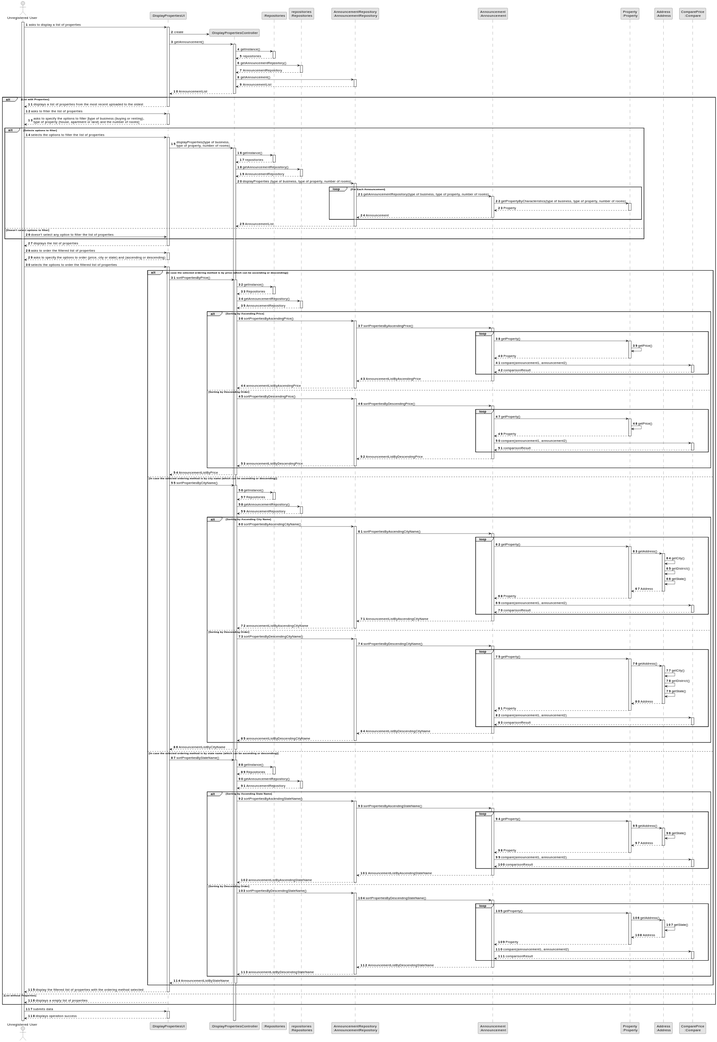
This is docs/sprintB/US01/03.design/svg/us01-sequence-diagram-full.svg from PureNimble/ISEP-LAPR2, a PlantUML export, as it was before one commit.
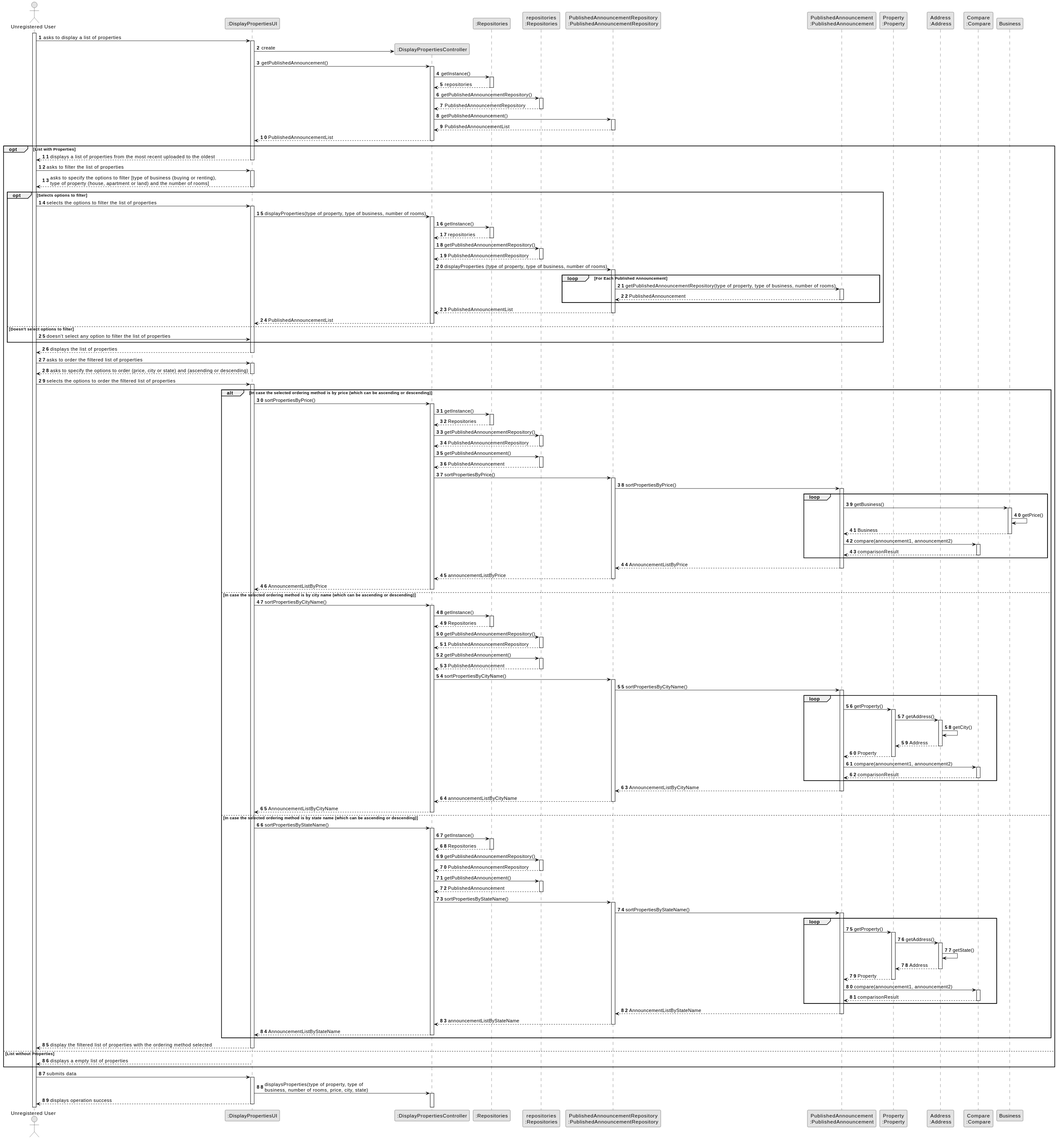
Above is the later version.

Diff of the diagram source:
```diff
@@ -10,11 +10,11 @@
 participant ":DisplayPropertiesController" as Controller
 participant ":Repositories" as RepositorySingleton
 participant "repositories\n:Repositories" as Repositories
-participant "AnnouncementRepository\n:AnnouncementRepository" as AnnouncementRepository
-participant "Announcement\n:Announcement" as Announcement
+participant "PublishedAnnouncementRepository\n:PublishedAnnouncementRepository" as PublishedAnnouncementRepository
+participant "PublishedAnnouncement\n:PublishedAnnouncement" as PublishedAnnouncement
 participant "Property\n:Property" as Property
 participant "Address\n:Address" as Address
-participant "ComparePrice\n:Compare" as Compare
+participant "Compare\n:Compare" as Compare
 
 activate User
 
@@ -23,7 +23,7 @@
 
 System -> Controller** : create
 
-System -> Controller : getAnnouncement()
+System -> Controller : getPublishedAnnouncement()
 activate Controller
 
 Controller -> RepositorySingleton : getInstance()
@@ -32,22 +32,22 @@
 RepositorySingleton --> Controller: repositories
 deactivate RepositorySingleton
 
-Controller -> Repositories : getAnnouncementRepository()
+Controller -> Repositories : getPublishedAnnouncementRepository()
 activate Repositories
 
-Repositories --> Controller: AnnouncementRepository
+Repositories --> Controller: PublishedAnnouncementRepository
 deactivate Repositories
 
-Controller -> AnnouncementRepository : getAnnouncement()
-activate AnnouncementRepository
+Controller -> PublishedAnnouncementRepository : getPublishedAnnouncement()
+activate PublishedAnnouncementRepository
 
-AnnouncementRepository --> Controller : AnnouncementList
-deactivate AnnouncementRepository
+PublishedAnnouncementRepository --> Controller : PublishedAnnouncementList
+deactivate PublishedAnnouncementRepository
 
-Controller --> System : AnnouncementList
+Controller --> System : PublishedAnnouncementList
 deactivate Controller
 
-alt List with Properties
+opt List with Properties
 
     System --> User : displays a list of properties from the most recent uploaded to the oldest
     deactivate System
@@ -58,12 +58,12 @@
     System --> User : asks to specify the options to filter [type of business (buying or renting), \ntype of property (house, apartment or land) and the number of rooms]
     deactivate System
 
-        alt Selects options to filter
+        opt Selects options to filter
 
             User -> System : selects the options to filter the list of properties
             activate System
 
-            System -> Controller : displayProperties(type of business, \ntype of property, number of rooms)
+            System -> Controller : displayProperties(type of property, type of business, number of rooms)
             activate Controller
 
             Controller -> RepositorySingleton : getInstance()
@@ -72,33 +72,32 @@
             RepositorySingleton --> Controller : repositories
             deactivate RepositorySingleton
 
-            Controller -> Repositories : getAnnouncementRepository()
+            Controller -> Repositories : getPublishedAnnouncementRepository()
             activate Repositories
 
-            Repositories --> Controller : AnnouncementRepository
+            Repositories --> Controller : PublishedAnnouncementRepository
             deactivate Repositories
 
-            Controller -> AnnouncementRepository : displayProperties (type of business, type of property, number of rooms)
-            activate AnnouncementRepository
+            Controller -> PublishedAnnouncementRepository : displayProperties (type of property, type of business, number of rooms)
+            activate PublishedAnnouncementRepository
 
-                loop For Each Announcement
+                loop For Each Published Announcement
 
-                AnnouncementRepository -> Announcement : getAnnouncementRepository(type of business, type of property, number of rooms)
-                activate Announcement
+                PublishedAnnouncementRepository -> PublishedAnnouncement : getPublishedAnnouncementRepository(type of property, type of business, number of rooms)
+                activate PublishedAnnouncement
 
-                Announcement -> Property : getPropertyByCharacteristics(type of business, type of property, number of rooms)
-                activate Property
 
-                Property --> Announcement : Property
-                deactivate Property
 
-                Announcement --> AnnouncementRepository : Announcement
-                deactivate Announcement
+                PublishedAnnouncement --> PublishedAnnouncementRepository : PublishedAnnouncement
+                deactivate PublishedAnnouncement
 
                 end
 
-            AnnouncementRepository --> Controller : AnnouncementList
-            deactivate AnnouncementRepository
+            PublishedAnnouncementRepository --> Controller : PublishedAnnouncementList
+            deactivate PublishedAnnouncementRepository
+
+            Controller --> System : PublishedAnnouncementList
+            deactivate Controller
 
         else Doesn't select options to filter
 
@@ -129,77 +128,56 @@
         RepositorySingleton --> Controller : Repositories
         deactivate RepositorySingleton
 
-        Controller -> Repositories : getAnnouncementRepository()
+        Controller -> Repositories : getPublishedAnnouncementRepository()
         activate Repositories
 
-        Repositories --> Controller : AnnouncementRepository
+        Repositories --> Controller : PublishedAnnouncementRepository
         deactivate Repositories
 
-            alt Sorting by Ascending Price
+        Controller -> Repositories : getPublishedAnnouncement()
+        activate Repositories
 
-                Controller -> AnnouncementRepository : sortPropertiesByAscendingPrice()
-                activate AnnouncementRepository
+        Repositories --> Controller : PublishedAnnouncement
+        deactivate Repositories
 
-                AnnouncementRepository -> Announcement : sortPropertiesByAscendingPrice()
-                activate Announcement
+
+                Controller -> PublishedAnnouncementRepository : sortPropertiesByPrice()
+                activate PublishedAnnouncementRepository
+
+                PublishedAnnouncementRepository -> PublishedAnnouncement : sortPropertiesByPrice()
+                activate PublishedAnnouncement
 
                     loop
 
-                    Announcement -> Property : getProperty()
-                    activate Property
 
-                    Property -> Property : getPrice()
 
-                    Property --> Announcement : Property
-                    deactivate Property
 
-                    Announcement -> Compare : compare(announcement1, announcement2)
+
+
+                    PublishedAnnouncement -> Business : getBusiness()
+                    activate Business
+
+                    Business -> Business : getPrice()
+
+                    Business --> PublishedAnnouncement : Business
+                    deactivate Business
+
+                    PublishedAnnouncement -> Compare : compare(announcement1, announcement2)
                     activate Compare
 
-                    Compare --> Announcement : comparisonResult
+                    Compare --> PublishedAnnouncement : comparisonResult
                     deactivate Compare
 
                     end
 
-                Announcement --> AnnouncementRepository : AnnouncementListByAscendingPrice
-                deactivate Announcement
+                PublishedAnnouncement --> PublishedAnnouncementRepository : AnnouncementListByPrice
+                deactivate PublishedAnnouncement
 
-                AnnouncementRepository --> Controller : announcementListByAscendingPrice
-                deactivate AnnouncementRepository
+                PublishedAnnouncementRepository --> Controller : announcementListByPrice
+                deactivate PublishedAnnouncementRepository
 
-            else Sorting by Descending Order
 
-                Controller -> AnnouncementRepository : sortPropertiesByDescendingPrice()
-                activate AnnouncementRepository
 
-                AnnouncementRepository -> Announcement : sortPropertiesByDescendingPrice()
-                activate Announcement
-
-                    loop
-
-                    Announcement -> Property : getProperty()
-                    activate Property
-
-                    Property -> Property : getPrice()
-
-                    Property --> Announcement : Property
-                    deactivate Property
-
-                    Announcement -> Compare : compare(announcement1, announcement2)
-                    activate Compare
-
-                    Compare --> Announcement : comparisonResult
-                    deactivate Compare
-
-                    end
-
-                Announcement --> AnnouncementRepository : AnnouncementListByDescendingPrice
-                deactivate Announcement
-
-                AnnouncementRepository --> Controller : announcementListByDescendingPrice
-                deactivate AnnouncementRepository
-
-            end
 
         Controller --> System : AnnouncementListByPrice
         deactivate Controller
@@ -215,93 +193,57 @@
         RepositorySingleton --> Controller : Repositories
         deactivate RepositorySingleton
 
-        Controller -> Repositories : getAnnouncementRepository()
+        Controller -> Repositories : getPublishedAnnouncementRepository()
         activate Repositories
 
-        Repositories --> Controller : AnnouncementRepository
+        Repositories --> Controller : PublishedAnnouncementRepository
         deactivate Repositories
 
-            alt Sorting by Ascending City Name
+        Controller -> Repositories : getPublishedAnnouncement()
+        activate Repositories
 
-                Controller -> AnnouncementRepository : sortPropertiesByAscendingCityName()
-                activate AnnouncementRepository
+        Repositories --> Controller : PublishedAnnouncement
+        deactivate Repositories
 
-                AnnouncementRepository -> Announcement : sortPropertiesByAscendingCityName()
-                activate Announcement
+
+                Controller -> PublishedAnnouncementRepository : sortPropertiesByCityName()
+                activate PublishedAnnouncementRepository
+
+                PublishedAnnouncementRepository -> PublishedAnnouncement : sortPropertiesByCityName()
+                activate PublishedAnnouncement
 
                     loop
 
-                    Announcement -> Property : getProperty()
+                    PublishedAnnouncement -> Property : getProperty()
                     activate Property
 
                     Property -> Address : getAddress()
                     activate Address
 
                     Address -> Address : getCity()
-                    Address -> Address : getDistrict()
-                    Address -> Address : getState()
 
                     Address --> Property : Address
                     deactivate Address
 
-                    Property --> Announcement : Property
+                    Property --> PublishedAnnouncement : Property
                     deactivate Property
 
-                    Announcement -> Compare : compare(announcement1, announcement2)
+                    PublishedAnnouncement -> Compare : compare(announcement1, announcement2)
                     activate Compare
 
-                    Compare --> Announcement : comparisonResult
+                    Compare --> PublishedAnnouncement : comparisonResult
                     deactivate Compare
 
                     end
 
-                Announcement --> AnnouncementRepository : AnnouncementListByAscendingCityName
-                deactivate Announcement
+                PublishedAnnouncement --> PublishedAnnouncementRepository : AnnouncementListByCityName
+                deactivate PublishedAnnouncement
 
-                AnnouncementRepository --> Controller : announcementListByAscendingCityName
-                deactivate AnnouncementRepository
+                PublishedAnnouncementRepository --> Controller : announcementListByCityName
+                deactivate PublishedAnnouncementRepository
 
-            else Sorting by Descending Order
 
-                Controller -> AnnouncementRepository : sortPropertiesByDescendingCityName()
-                activate AnnouncementRepository
 
-                AnnouncementRepository -> Announcement : sortPropertiesByDescendingCityName()
-                activate Announcement
-
-                    loop
-
-                    Announcement -> Property : getProperty()
-                    activate Property
-
-                    Property -> Address : getAddress()
-                    activate Address
-
-                    Address -> Address : getCity()
-                    Address -> Address : getDistrict()
-                    Address -> Address : getState()
-
-                    Address --> Property : Address
-                    deactivate Address
-
-                    Property --> Announcement : Property
-                    deactivate Property
-
-                    Announcement -> Compare : compare(announcement1, announcement2)
-                    activate Compare
-
-                    Compare --> Announcement : comparisonResult
-                    deactivate Compare
-
-                    end
-
-                Announcement --> AnnouncementRepository : AnnouncementListByDescendingCityName
-                deactivate Announcement
-
-                AnnouncementRepository --> Controller : announcementListByDescendingCityName
-                deactivate AnnouncementRepository
-
-            end
 
         Controller --> System : AnnouncementListByCityName
         deactivate Controller
@@ -317,23 +259,28 @@
         RepositorySingleton --> Controller : Repositories
         deactivate RepositorySingleton
 
-        Controller -> Repositories : getAnnouncementRepository()
+        Controller -> Repositories : getPublishedAnnouncementRepository()
         activate Repositories
 
-        Repositories --> Controller : AnnouncementRepository
+        Repositories --> Controller : PublishedAnnouncementRepository
         deactivate Repositories
 
-            alt Sorting by Ascending State Name
+        Controller -> Repositories : getPublishedAnnouncement()
+        activate Repositories
 
-                Controller -> AnnouncementRepository : sortPropertiesByAscendingStateName()
-                activate AnnouncementRepository
+        Repositories --> Controller : PublishedAnnouncement
+        deactivate Repositories
 
-                AnnouncementRepository -> Announcement : sortPropertiesByAscendingStateName()
-                activate Announcement
+
+                Controller -> PublishedAnnouncementRepository : sortPropertiesByStateName()
+                activate PublishedAnnouncementRepository
+
+                PublishedAnnouncementRepository -> PublishedAnnouncement : sortPropertiesByStateName()
+                activate PublishedAnnouncement
 
                     loop
 
-                    Announcement -> Property : getProperty()
+                    PublishedAnnouncement -> Property : getProperty()
                     activate Property
 
                     Property -> Address : getAddress()
@@ -344,62 +291,25 @@
                     Address --> Property : Address
                     deactivate Address
 
-                    Property --> Announcement : Property
+                    Property --> PublishedAnnouncement : Property
                     deactivate Property
 
-                    Announcement -> Compare : compare(announcement1, announcement2)
+                    PublishedAnnouncement -> Compare : compare(announcement1, announcement2)
                     activate Compare
 
-                    Compare --> Announcement : comparisonResult
+                    Compare --> PublishedAnnouncement : comparisonResult
                     deactivate Compare
 
                     end
 
-                Announcement --> AnnouncementRepository : AnnouncementListByAscendingStateName
-                deactivate Announcement
+                PublishedAnnouncement --> PublishedAnnouncementRepository : AnnouncementListByStateName
+                deactivate PublishedAnnouncement
 
-                AnnouncementRepository --> Controller : announcementListByAscendingStateName
-                deactivate AnnouncementRepository
+                PublishedAnnouncementRepository --> Controller : announcementListByStateName
+                deactivate PublishedAnnouncementRepository
 
-            else Sorting by Descending Order
 
-                Controller -> AnnouncementRepository : sortPropertiesByDescendingStateName()
-                activate AnnouncementRepository
 
-                AnnouncementRepository -> Announcement : sortPropertiesByDescendingStateName()
-                activate Announcement
-
-                    loop
-
-                    Announcement -> Property : getProperty()
-                    activate Property
-
-                    Property -> Address : getAddress()
-                    activate Address
-
-                    Address -> Address : getState()
-
-                    Address --> Property : Address
-                    deactivate Address
-
-                    Property --> Announcement : Property
-                    deactivate Property
-
-                    Announcement -> Compare : compare(announcement1, announcement2)
-                    activate Compare
-
-                    Compare --> Announcement : comparisonResult
-                    deactivate Compare
-
-                    end
-
-                Announcement --> AnnouncementRepository : AnnouncementListByDescendingStateName
-                deactivate Announcement
-
-                AnnouncementRepository --> Controller : announcementListByDescendingStateName
-                deactivate AnnouncementRepository
-
-            end
 
         Controller --> System : AnnouncementListByStateName
         deactivate Controller
@@ -420,6 +330,9 @@
 User -> System : submits data
 activate System
 
-System --> User: displays operation success
+System -> Controller : displaysProperties(type of property, type of \nbusiness, number of rooms, price, city, state)
+activate Controller
+
+System --> User : displays operation success
 deactivate System
 @enduml
```
